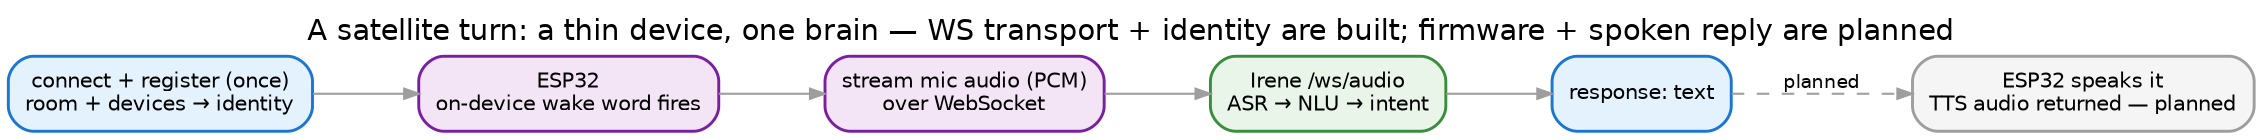
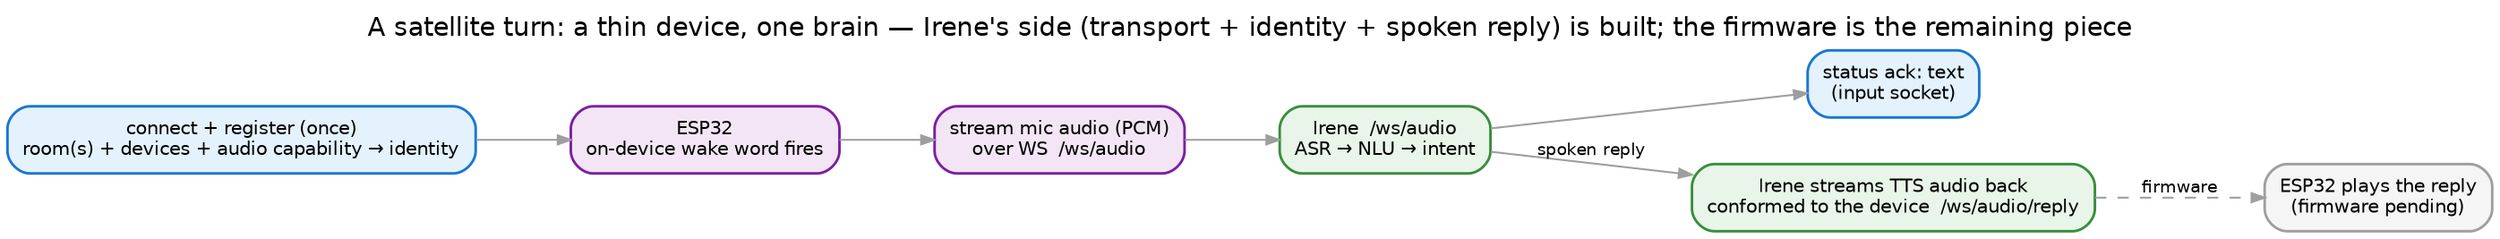
// Irene — one turn from an ESP32 voice satellite. Render:
//   dot -Tpng docs/images/esp32-turn.dot -o docs/images/esp32-turn.png
digraph esp32_turn {
  rankdir=LR; bgcolor="white"; splines=spline; nodesep=0.35; ranksep=0.7;
  fontname="Helvetica"; labelloc=t; fontsize=14;
-   label="A satellite turn: a thin device, one brain — WS transport + identity are built; firmware + spoken reply are planned";
+   label="A satellite turn: a thin device, one brain — Irene's side (transport + identity + spoken reply) is built; the firmware is the remaining piece";
  node [fontname="Helvetica", fontsize=10, shape=box, style="filled,rounded", penwidth=1.4];
  edge [fontname="Helvetica", fontsize=9, color="#9e9e9e", arrowsize=0.7];

-   reg    [label="connect + register (once)\nroom + devices → identity", fillcolor="#e3f2fd", color="#1976d2"];
+   reg    [label="connect + register (once)\nroom(s) + devices + audio capability → identity", fillcolor="#e3f2fd", color="#1976d2"];
  wake   [label="ESP32\non-device wake word fires", fillcolor="#f3e5f5", color="#7b1fa2"];
-   stream [label="stream mic audio (PCM)\nover WebSocket", fillcolor="#f3e5f5", color="#7b1fa2"];
-   brain  [label="Irene /ws/audio\nASR → NLU → intent", fillcolor="#e8f5e8", color="#388e3c"];
-   resp   [label="response: text", fillcolor="#e3f2fd", color="#1976d2"];
-   speak  [label="ESP32 speaks it\nTTS audio returned — planned", fillcolor="#f5f5f5", color="#9e9e9e"];
+   stream [label="stream mic audio (PCM)\nover WS  /ws/audio", fillcolor="#f3e5f5", color="#7b1fa2"];
+   brain  [label="Irene  /ws/audio\nASR → NLU → intent", fillcolor="#e8f5e8", color="#388e3c"];
+   ack    [label="status ack: text\n(input socket)", fillcolor="#e3f2fd", color="#1976d2"];
+   reply  [label="Irene streams TTS audio back\nconformed to the device  /ws/audio/reply", fillcolor="#e8f5e8", color="#388e3c"];
+   speak  [label="ESP32 plays the reply\n(firmware pending)", fillcolor="#f5f5f5", color="#9e9e9e"];

-   reg -> wake -> stream -> brain -> resp;
-   resp -> speak [style=dashed, label="planned"];
+   reg -> wake -> stream -> brain;
+   brain -> ack;
+   brain -> reply [label="spoken reply"];
+   reply -> speak [style=dashed, label="firmware"];
}
